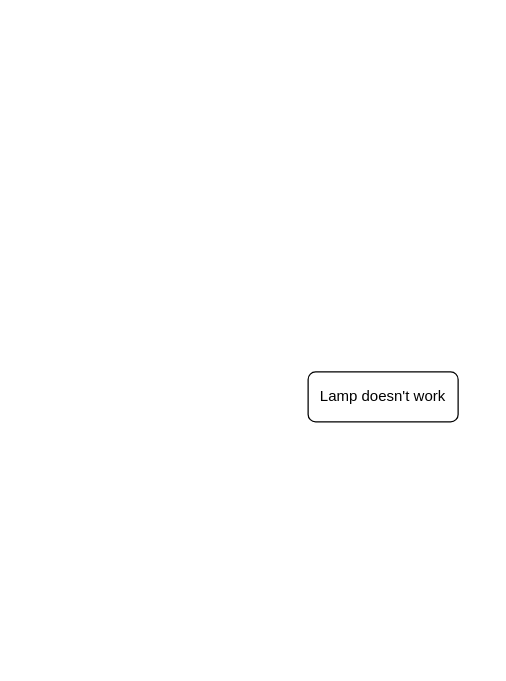
Earlier version of the draw.io diagram Diagrams/Diagrama sem nome.drawio (HackerSchool/turing). Source tidied: cells renumbered, new cells numbered last; positions are measured from the earlier drawing's top-left corner, leaving out a move shared by most shapes. Both pictures are drawn from the tidied source at 125%, with x=0, y=0 at pixel (308, 371).
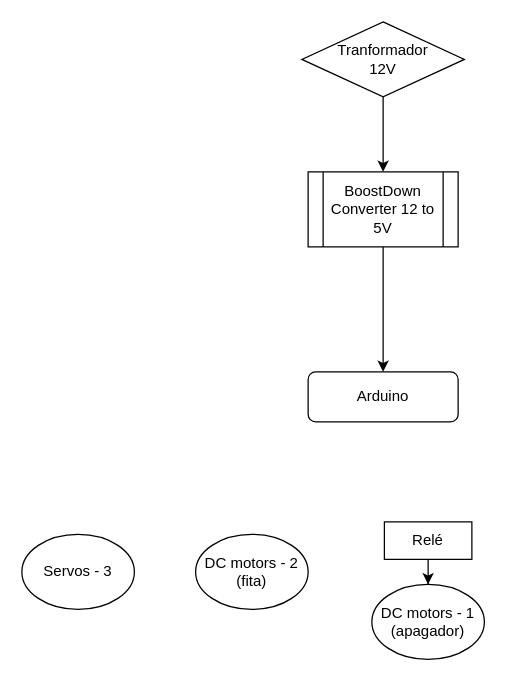
The same page after the edit.

What changed in the source:
```diff
@@
 <mxGraphModel>
   <root>
     <mxCell id="0" />
     <mxCell id="1" parent="0" />
-    <mxCell id="2" value="Lamp doesn't work" style="rounded=1;whiteSpace=wrap;html=1;fontSize=12;glass=0;strokeWidth=1;shadow=0;" parent="1" vertex="1">
+    <mxCell id="2" value="Arduino&lt;br&gt;" style="rounded=1;whiteSpace=wrap;html=1;fontSize=12;glass=0;strokeWidth=1;shadow=0;" parent="1" vertex="1">
       <mxGeometry width="120" height="40" as="geometry" />
     </mxCell>
+    <mxCell id="3" style="edgeStyle=orthogonalEdgeStyle;rounded=0;jettySize=auto;html=1;entryX=0.5;entryY=0;entryDx=0;entryDy=0;" parent="1" edge="1" source="4" target="6">
+      <mxGeometry relative="1" as="geometry" />
+    </mxCell>
+    <mxCell id="4" value="Tranformador&lt;br&gt;12V" style="rhombus;whiteSpace=wrap;html=1;" parent="1" vertex="1">
+      <mxGeometry x="-5" y="-280" width="130" height="60" as="geometry" />
+    </mxCell>
+    <mxCell id="5" style="edgeStyle=orthogonalEdgeStyle;rounded=0;jettySize=auto;html=1;entryX=0.5;entryY=0;entryDx=0;entryDy=0;" parent="1" edge="1" source="6" target="2">
+      <mxGeometry relative="1" as="geometry" />
+    </mxCell>
+    <mxCell id="6" value="BoostDown&lt;br&gt;Converter 12 to 5V" style="shape=process;whiteSpace=wrap;html=1;backgroundOutline=1;rotation=0;" parent="1" vertex="1">
+      <mxGeometry y="-160" width="120" height="60" as="geometry" />
+    </mxCell>
+    <mxCell id="7" value="Servos - 3" style="ellipse;whiteSpace=wrap;html=1;" parent="1" vertex="1">
+      <mxGeometry x="-229" y="130" width="90" height="60" as="geometry" />
+    </mxCell>
+    <mxCell id="8" value="DC motors - 2&lt;br&gt;(fita)" style="ellipse;whiteSpace=wrap;html=1;" parent="1" vertex="1">
+      <mxGeometry x="-90" y="130" width="90" height="60" as="geometry" />
+    </mxCell>
+    <mxCell id="9" value="DC motors - 1&lt;br&gt;(apagador)" style="ellipse;whiteSpace=wrap;html=1;" parent="1" vertex="1">
+      <mxGeometry x="51" y="170" width="90" height="60" as="geometry" />
+    </mxCell>
+    <mxCell id="10" style="edgeStyle=orthogonalEdgeStyle;rounded=0;jettySize=auto;html=1;entryX=0.5;entryY=0;entryDx=0;entryDy=0;" parent="1" edge="1" source="11" target="9">
+      <mxGeometry relative="1" as="geometry" />
+    </mxCell>
+    <mxCell id="11" value="Relé" style="rounded=0;whiteSpace=wrap;html=1;" parent="1" vertex="1">
+      <mxGeometry x="61" y="120" width="70" height="30" as="geometry" />
+    </mxCell>
   </root>
 </mxGraphModel>
```
